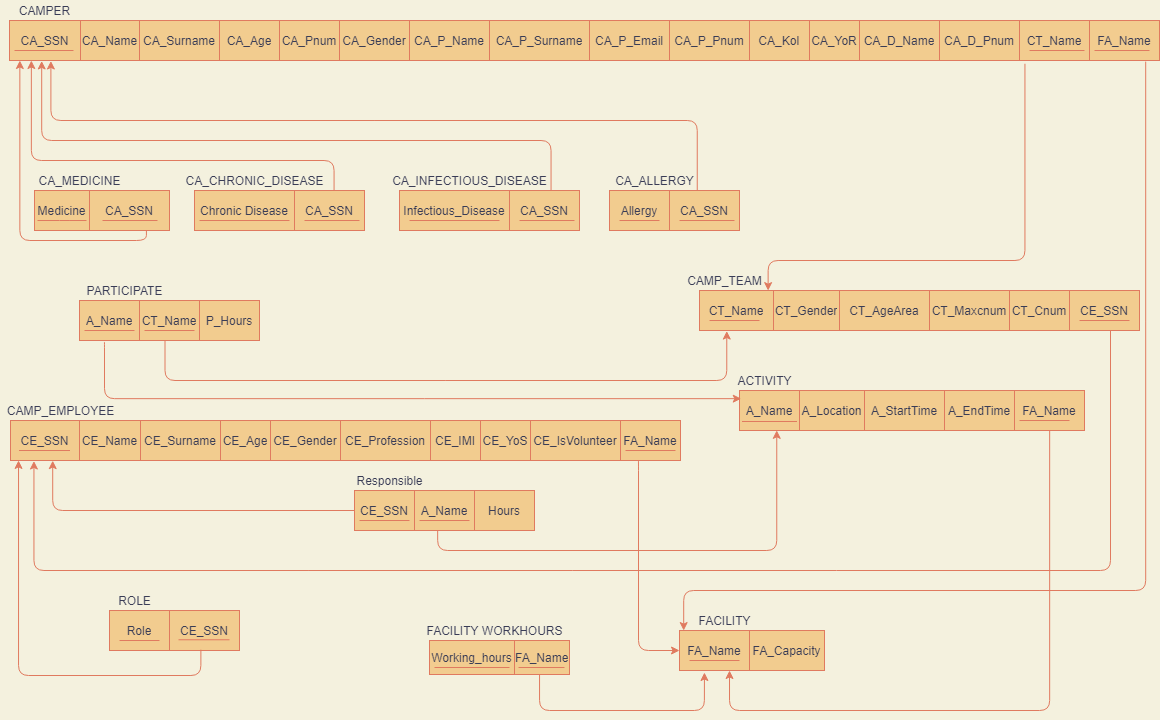
This is Relational_Data_Model.png from Sta8is/hacker-camp, a draw.io export, as it was before one commit. Source tidied: cells renumbered, new cells last; positions are measured from the earlier drawing's top-left corner, leaving out a move shared by most shapes.
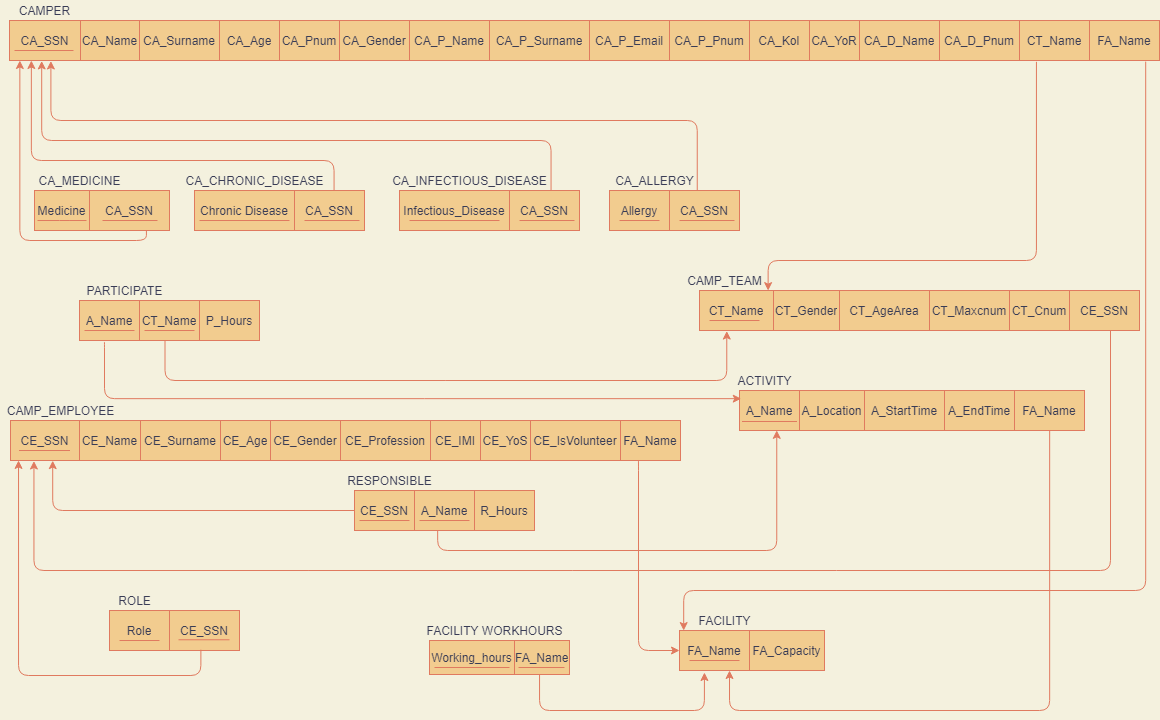
The same diagram one commit later.

Commit message:
1)Fixed Model 2)SQL code 3)Order for table creation

What changed in the source:
```diff
@@ -368,12 +368,6 @@
         <mxPoint x="796.5" y="421" as="targetPoint" />
       </mxGeometry>
     </mxCell>
-    <mxCell id="99" style="endArrow=none;html=1;labelBackgroundColor=#F4F1DE;strokeColor=#E07A5F;fontColor=#393C56;" parent="1" edge="1">
-      <mxGeometry relative="1" as="geometry">
-        <mxPoint x="1029" y="50" as="sourcePoint" />
-        <mxPoint x="1084" y="50" as="targetPoint" />
-      </mxGeometry>
-    </mxCell>
     <mxCell id="100" style="endArrow=none;html=1;labelBackgroundColor=#F4F1DE;strokeColor=#E07A5F;fontColor=#393C56;" parent="1" edge="1">
       <mxGeometry relative="1" as="geometry">
         <mxPoint x="434" y="667" as="sourcePoint" />
@@ -395,18 +389,6 @@
         </Array>
       </mxGeometry>
     </mxCell>
-    <mxCell id="103" style="endArrow=none;html=1;labelBackgroundColor=#F4F1DE;strokeColor=#E07A5F;fontColor=#393C56;" parent="1" edge="1">
-      <mxGeometry relative="1" as="geometry">
-        <mxPoint x="1094" y="50" as="sourcePoint" />
-        <mxPoint x="1149" y="50" as="targetPoint" />
-      </mxGeometry>
-    </mxCell>
-    <mxCell id="104" style="endArrow=none;html=1;labelBackgroundColor=#F4F1DE;strokeColor=#E07A5F;fontColor=#393C56;" parent="1" edge="1">
-      <mxGeometry relative="1" as="geometry">
-        <mxPoint x="1079" y="320" as="sourcePoint" />
-        <mxPoint x="1129" y="320" as="targetPoint" />
-      </mxGeometry>
-    </mxCell>
     <mxCell id="105" style="endArrow=classic;html=1;edgeStyle=elbowEdgeStyle;elbow=vertical;entryX=0.035;entryY=1.013;entryDx=0;entryDy=0;entryPerimeter=0;labelBackgroundColor=#F4F1DE;strokeColor=#E07A5F;fontColor=#393C56;" parent="1" edge="1" target="45">
       <mxGeometry relative="1" as="geometry">
         <mxPoint x="1110" y="330" as="sourcePoint" />
@@ -419,12 +401,6 @@
         </Array>
       </mxGeometry>
     </mxCell>
-    <mxCell id="106" style="endArrow=none;html=1;labelBackgroundColor=#F4F1DE;strokeColor=#E07A5F;fontColor=#393C56;" parent="1" edge="1">
-      <mxGeometry relative="1" as="geometry">
-        <mxPoint x="625" y="450" as="sourcePoint" />
-        <mxPoint x="675" y="450" as="targetPoint" />
-      </mxGeometry>
-    </mxCell>
     <mxCell id="107" style="endArrow=classic;html=1;exitX=0.937;exitY=0.999;exitDx=0;exitDy=0;exitPerimeter=0;edgeStyle=elbowEdgeStyle;entryX=0;entryY=0.5;entryDx=0;entryDy=0;labelBackgroundColor=#F4F1DE;strokeColor=#E07A5F;fontColor=#393C56;" parent="1" edge="1" source="45" target="13">
       <mxGeometry relative="1" as="geometry">
         <Array as="points">
@@ -520,11 +496,11 @@
     <mxCell id="127" value="A_Name" style="shape=partialRectangle;html=1;whiteSpace=wrap;overflow=hidden;fillColor=none;top=0;left=0;bottom=0;right=0;strokeColor=#E07A5F;fontColor=#393C56;" parent="125" vertex="1">
       <mxGeometry x="60" width="60" height="40" as="geometry" />
     </mxCell>
-    <mxCell id="128" value="Hours" style="shape=partialRectangle;html=1;whiteSpace=wrap;overflow=hidden;fillColor=none;top=0;left=0;bottom=0;right=0;strokeColor=#E07A5F;fontColor=#393C56;" parent="125" vertex="1">
+    <mxCell id="128" value="R_Hours" style="shape=partialRectangle;html=1;whiteSpace=wrap;overflow=hidden;fillColor=none;top=0;left=0;bottom=0;right=0;strokeColor=#E07A5F;fontColor=#393C56;" parent="125" vertex="1">
       <mxGeometry x="120" width="60" height="40" as="geometry" />
     </mxCell>
-    <mxCell id="129" value="Responsible" style="text;html=1;align=center;verticalAlign=middle;fontColor=#393C56;" parent="1" vertex="1">
-      <mxGeometry x="349" y="470" width="80" height="20" as="geometry" />
+    <mxCell id="129" value="RESPONSIBLE" style="text;html=1;align=center;verticalAlign=middle;fontColor=#393C56;" parent="1" vertex="1">
+      <mxGeometry x="339" y="470" width="100" height="20" as="geometry" />
     </mxCell>
     <mxCell id="130" style="endArrow=none;html=1;labelBackgroundColor=#F4F1DE;strokeColor=#E07A5F;fontColor=#393C56;" parent="1" edge="1">
       <mxGeometry relative="1" as="geometry">
@@ -565,12 +541,6 @@
         <mxPoint x="159" y="640" as="targetPoint" />
       </mxGeometry>
     </mxCell>
-    <mxCell id="136" style="endArrow=none;html=1;labelBackgroundColor=#F4F1DE;strokeColor=#E07A5F;fontColor=#393C56;" parent="1" edge="1">
-      <mxGeometry relative="1" as="geometry">
-        <mxPoint x="1019" y="420" as="sourcePoint" />
-        <mxPoint x="1069" y="420" as="targetPoint" />
-      </mxGeometry>
-    </mxCell>
     <mxCell id="137" style="endArrow=classic;html=1;edgeStyle=elbowEdgeStyle;elbow=vertical;exitX=0.899;exitY=1;exitDx=0;exitDy=0;exitPerimeter=0;entryX=0.345;entryY=1;entryDx=0;entryDy=0;entryPerimeter=0;labelBackgroundColor=#F4F1DE;strokeColor=#E07A5F;fontColor=#393C56;" parent="1" edge="1" source="91" target="13">
       <mxGeometry relative="1" as="geometry">
         <Array as="points">
@@ -580,7 +550,7 @@
         </Array>
       </mxGeometry>
     </mxCell>
-    <mxCell id="138" style="endArrow=classic;html=1;edgeStyle=elbowEdgeStyle;elbow=vertical;exitX=0.883;exitY=1.082;exitDx=0;exitDy=0;exitPerimeter=0;labelBackgroundColor=#F4F1DE;strokeColor=#E07A5F;fontColor=#393C56;entryX=0.156;entryY=0.003;entryDx=0;entryDy=0;entryPerimeter=0;" parent="1" edge="1" source="25" target="3">
+    <mxCell id="138" style="endArrow=classic;html=1;edgeStyle=elbowEdgeStyle;elbow=vertical;labelBackgroundColor=#F4F1DE;strokeColor=#E07A5F;fontColor=#393C56;entryX=0.156;entryY=0.003;entryDx=0;entryDy=0;entryPerimeter=0;exitX=0.893;exitY=1.033;exitDx=0;exitDy=0;exitPerimeter=0;" parent="1" edge="1" source="25" target="3">
       <mxGeometry relative="1" as="geometry">
         <Array as="points">
           <mxPoint x="780" y="260" />
```
